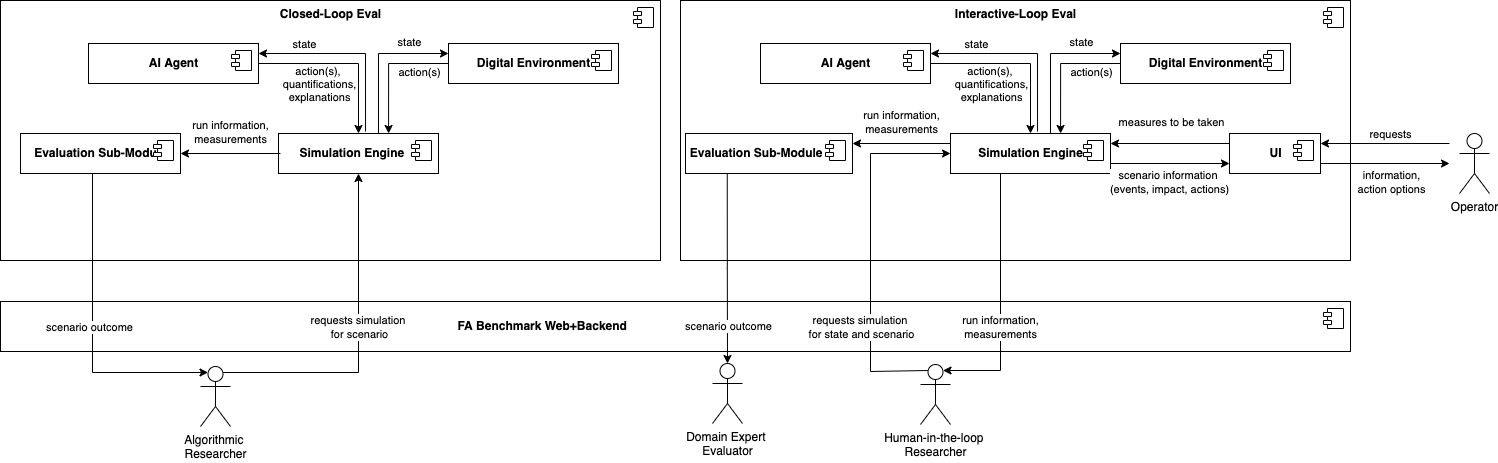
Above: docs/img/readme/Closed_and_Interactive_Loop_Eval.drawio.png in flatland-association/flatland-benchmarks (draw.io), before the change. Source tidied: cells renumbered, new cells last; positions are measured from the earlier drawing's top-left corner, leaving out a move shared by most shapes.
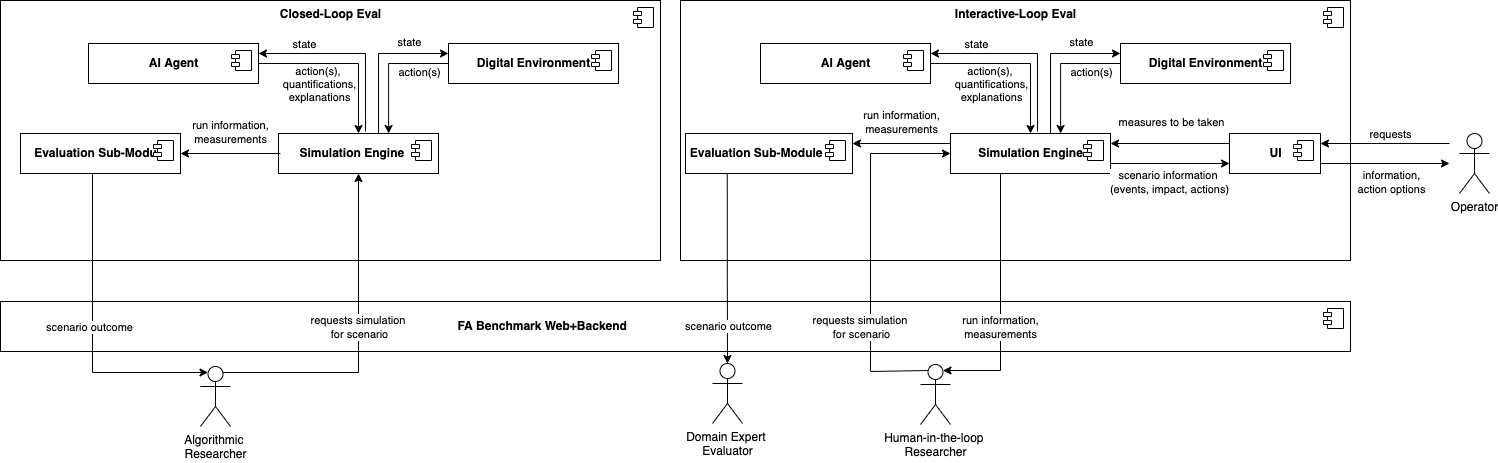
Above is the later version.

Commit message:
Review Closed and Interactive Loop Eval Diagram.

The edit, as a diff of the source:
```diff
@@ -152,7 +152,7 @@
         </Array>
       </mxGeometry>
     </mxCell>
-    <mxCell id="37" value="requests simulation&amp;nbsp;&lt;br&gt;for state and scenario" style="edgeLabel;html=1;align=center;verticalAlign=middle;" parent="36" vertex="1">
+    <mxCell id="37" value="requests simulation&amp;nbsp;&lt;br&gt;for scenario" style="edgeLabel;html=1;align=center;verticalAlign=middle;" parent="36" vertex="1">
       <mxGeometry x="-0.49" y="2" relative="1" as="geometry">
         <mxPoint x="-12" y="162" as="offset" />
       </mxGeometry>
```
